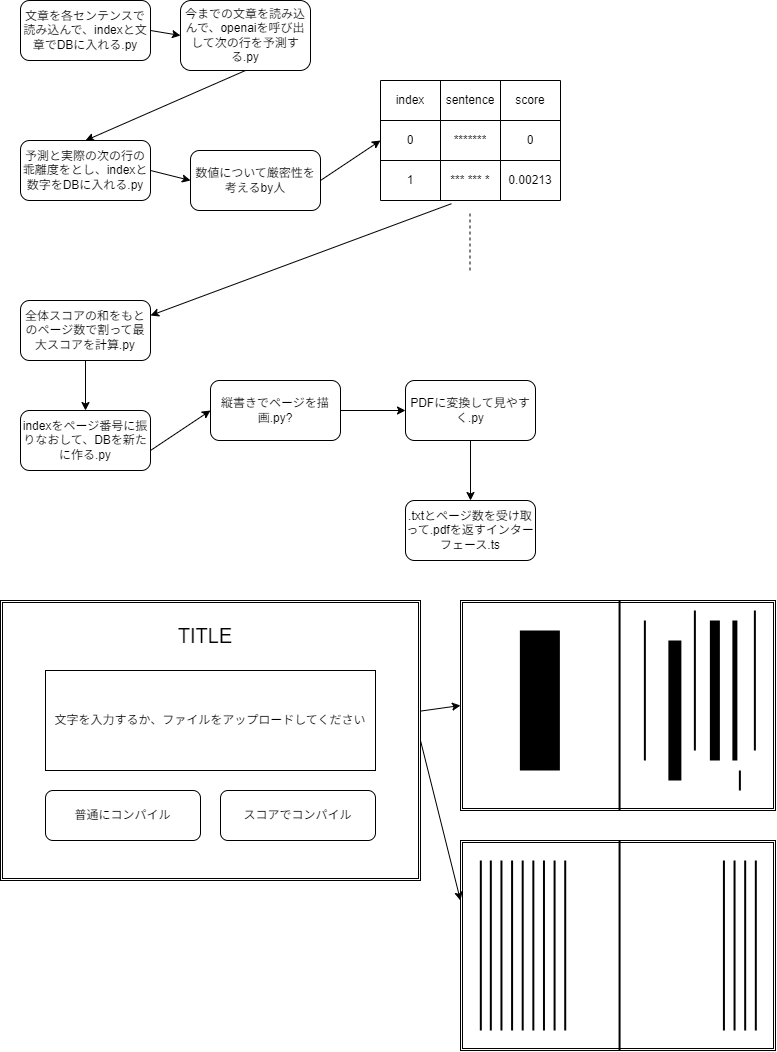
This is idea.drawio.png from kosho-jiang/cognitive-system, a draw.io export, as it was before one commit. Source tidied: cells renumbered, new cells last; positions are measured from the earlier drawing's top-left corner, leaving out a move shared by most shapes. Its diagram source:
```xml
<mxGraphModel>
  <root>
    <mxCell id="0" />
    <mxCell id="1" parent="0" />
    <mxCell id="2" style="edgeStyle=none;html=1;exitX=1;exitY=0.5;exitDx=0;exitDy=0;entryX=0;entryY=0.5;entryDx=0;entryDy=0;" parent="1" edge="1" source="3" target="4">
      <mxGeometry relative="1" as="geometry" />
    </mxCell>
    <mxCell id="3" value="文章を各センテンスで読み込んで、indexと文章でDBに入れる.py" style="rounded=1;whiteSpace=wrap;html=1;" parent="1" vertex="1">
      <mxGeometry x="20" width="130" height="60" as="geometry" />
    </mxCell>
    <mxCell id="4" value="今までの文章を読み込んで、openaiを呼び出して次の行を予測する.py" style="rounded=1;whiteSpace=wrap;html=1;" parent="1" vertex="1">
      <mxGeometry x="180" width="130" height="70" as="geometry" />
    </mxCell>
    <mxCell id="5" value="予測と実際の次の行の乖離度をとし、indexと数字をDBに入れる.py" style="rounded=1;whiteSpace=wrap;html=1;" parent="1" vertex="1">
      <mxGeometry x="20" y="140" width="130" height="60" as="geometry" />
    </mxCell>
    <mxCell id="6" style="shape=table;html=1;whiteSpace=wrap;startSize=0;" parent="1" vertex="1">
      <mxGeometry x="380" y="80" width="180" height="120" as="geometry" />
    </mxCell>
    <mxCell id="7" style="shape=tableRow;horizontal=0;startSize=0;swimlaneHead=0;swimlaneBody=0;top=0;left=0;bottom=0;right=0;fillColor=none;" parent="6" vertex="1">
      <mxGeometry width="180" height="40" as="geometry" />
    </mxCell>
    <mxCell id="8" value="index" style="shape=partialRectangle;html=1;whiteSpace=wrap;fillColor=none;top=0;left=0;bottom=0;right=0;overflow=hidden;" parent="7" vertex="1">
      <mxGeometry width="60" height="40" as="geometry" />
    </mxCell>
    <mxCell id="9" value="sentence" style="shape=partialRectangle;html=1;whiteSpace=wrap;fillColor=none;top=0;left=0;bottom=0;right=0;overflow=hidden;" parent="7" vertex="1">
      <mxGeometry x="60" width="60" height="40" as="geometry" />
    </mxCell>
    <mxCell id="10" value="score" style="shape=partialRectangle;html=1;whiteSpace=wrap;fillColor=none;top=0;left=0;bottom=0;right=0;overflow=hidden;" parent="7" vertex="1">
      <mxGeometry x="120" width="60" height="40" as="geometry" />
    </mxCell>
    <mxCell id="11" style="shape=tableRow;horizontal=0;startSize=0;swimlaneHead=0;swimlaneBody=0;top=0;left=0;bottom=0;right=0;fillColor=none;points=[[0,0.5],[1,0.5]];portConstraint=eastwest;" parent="6" vertex="1">
      <mxGeometry y="40" width="180" height="40" as="geometry" />
    </mxCell>
    <mxCell id="12" value="0" style="shape=partialRectangle;html=1;whiteSpace=wrap;fillColor=none;top=0;left=0;bottom=0;right=0;overflow=hidden;" parent="11" vertex="1">
      <mxGeometry width="60" height="40" as="geometry" />
    </mxCell>
    <mxCell id="13" value="*******" style="shape=partialRectangle;html=1;whiteSpace=wrap;fillColor=none;top=0;left=0;bottom=0;right=0;overflow=hidden;" parent="11" vertex="1">
      <mxGeometry x="60" width="60" height="40" as="geometry" />
    </mxCell>
    <mxCell id="14" value="0" style="shape=partialRectangle;html=1;whiteSpace=wrap;fillColor=none;top=0;left=0;bottom=0;right=0;overflow=hidden;" parent="11" vertex="1">
      <mxGeometry x="120" width="60" height="40" as="geometry" />
    </mxCell>
    <mxCell id="15" style="shape=tableRow;horizontal=0;startSize=0;swimlaneHead=0;swimlaneBody=0;top=0;left=0;bottom=0;right=0;fillColor=none;points=[[0,0.5],[1,0.5]];portConstraint=eastwest;" parent="6" vertex="1">
      <mxGeometry y="80" width="180" height="40" as="geometry" />
    </mxCell>
    <mxCell id="16" value="1" style="shape=partialRectangle;html=1;whiteSpace=wrap;fillColor=none;top=0;left=0;bottom=0;right=0;overflow=hidden;" parent="15" vertex="1">
      <mxGeometry width="60" height="40" as="geometry" />
    </mxCell>
    <mxCell id="17" value="*** *** *" style="shape=partialRectangle;html=1;whiteSpace=wrap;fillColor=none;top=0;left=0;bottom=0;right=0;overflow=hidden;" parent="15" vertex="1">
      <mxGeometry x="60" width="60" height="40" as="geometry" />
    </mxCell>
    <mxCell id="18" value="0.00213" style="shape=partialRectangle;html=1;whiteSpace=wrap;fillColor=none;top=0;left=0;bottom=0;right=0;overflow=hidden;" parent="15" vertex="1">
      <mxGeometry x="120" width="60" height="40" as="geometry" />
    </mxCell>
    <mxCell id="19" style="endArrow=none;dashed=1;html=1;" parent="1" edge="1">
      <mxGeometry relative="1" as="geometry">
        <mxPoint x="469.5" y="270" as="sourcePoint" />
        <mxPoint x="469.5" y="210" as="targetPoint" />
      </mxGeometry>
    </mxCell>
    <mxCell id="20" value="数値について厳密性を考えるby人" style="rounded=1;whiteSpace=wrap;html=1;" parent="1" vertex="1">
      <mxGeometry x="190" y="150" width="130" height="60" as="geometry" />
    </mxCell>
    <mxCell id="21" style="endArrow=classic;html=1;entryX=0;entryY=0.5;entryDx=0;entryDy=0;exitX=1;exitY=0.5;exitDx=0;exitDy=0;" parent="1" edge="1" source="20" target="11">
      <mxGeometry relative="1" as="geometry" />
    </mxCell>
    <mxCell id="22" style="endArrow=classic;html=1;entryX=0;entryY=0.5;entryDx=0;entryDy=0;exitX=1;exitY=0.5;exitDx=0;exitDy=0;" parent="1" edge="1" source="5" target="20">
      <mxGeometry relative="1" as="geometry" />
    </mxCell>
    <mxCell id="23" style="endArrow=classic;html=1;exitX=0.5;exitY=1;exitDx=0;exitDy=0;entryX=0.5;entryY=0;entryDx=0;entryDy=0;" parent="1" edge="1" source="4" target="5">
      <mxGeometry relative="1" as="geometry" />
    </mxCell>
    <mxCell id="24" value="全体スコアの和をもとのページ数で割って最大スコアを計算.py" style="rounded=1;whiteSpace=wrap;html=1;" parent="1" vertex="1">
      <mxGeometry x="20" y="300" width="130" height="60" as="geometry" />
    </mxCell>
    <mxCell id="25" style="endArrow=classic;html=1;exitX=0.394;exitY=1.08;exitDx=0;exitDy=0;exitPerimeter=0;entryX=1;entryY=0.25;entryDx=0;entryDy=0;" parent="1" edge="1" source="15" target="24">
      <mxGeometry relative="1" as="geometry" />
    </mxCell>
    <mxCell id="26" value="indexをページ番号に振りなおして、DBを新たに作る.py" style="rounded=1;whiteSpace=wrap;html=1;" parent="1" vertex="1">
      <mxGeometry x="20" y="410" width="130" height="60" as="geometry" />
    </mxCell>
    <mxCell id="27" style="endArrow=classic;html=1;exitX=0.5;exitY=1;exitDx=0;exitDy=0;entryX=0.5;entryY=0;entryDx=0;entryDy=0;" parent="1" edge="1" source="24" target="26">
      <mxGeometry relative="1" as="geometry" />
    </mxCell>
    <mxCell id="28" value="縦書きでページを描画.py?" style="rounded=1;whiteSpace=wrap;html=1;" parent="1" vertex="1">
      <mxGeometry x="210" y="380" width="130" height="60" as="geometry" />
    </mxCell>
    <mxCell id="29" style="endArrow=classic;html=1;entryX=0;entryY=0.5;entryDx=0;entryDy=0;" parent="1" edge="1" target="28">
      <mxGeometry relative="1" as="geometry">
        <mxPoint x="150" y="450" as="sourcePoint" />
      </mxGeometry>
    </mxCell>
    <mxCell id="30" value="PDFに変換して見やすく.py" style="rounded=1;whiteSpace=wrap;html=1;" parent="1" vertex="1">
      <mxGeometry x="405" y="380" width="130" height="60" as="geometry" />
    </mxCell>
    <mxCell id="31" style="endArrow=classic;html=1;exitX=1;exitY=0.5;exitDx=0;exitDy=0;entryX=0;entryY=0.5;entryDx=0;entryDy=0;" parent="1" edge="1" source="28" target="30">
      <mxGeometry relative="1" as="geometry" />
    </mxCell>
    <mxCell id="32" value=".txtとページ数を受け取って.pdfを返すインターフェース.ts" style="rounded=1;whiteSpace=wrap;html=1;" parent="1" vertex="1">
      <mxGeometry x="405" y="500" width="130" height="60" as="geometry" />
    </mxCell>
    <mxCell id="33" style="endArrow=classic;html=1;exitX=0.5;exitY=1;exitDx=0;exitDy=0;entryX=0.5;entryY=0;entryDx=0;entryDy=0;" parent="1" edge="1" source="30" target="32">
      <mxGeometry relative="1" as="geometry" />
    </mxCell>
    <mxCell id="34" style="shape=ext;double=1;rounded=0;whiteSpace=wrap;html=1;" parent="1" vertex="1">
      <mxGeometry y="600" width="420" height="280" as="geometry" />
    </mxCell>
    <mxCell id="35" value="文字を入力するか、ファイルをアップロードしてください" style="rounded=0;whiteSpace=wrap;html=1;" parent="1" vertex="1">
      <mxGeometry x="45" y="670" width="330" height="100" as="geometry" />
    </mxCell>
    <mxCell id="36" value="普通にコンパイル" style="rounded=1;whiteSpace=wrap;html=1;" parent="1" vertex="1">
      <mxGeometry x="45" y="790" width="155" height="50" as="geometry" />
    </mxCell>
    <mxCell id="37" value="スコアでコンパイル" style="rounded=1;whiteSpace=wrap;html=1;" parent="1" vertex="1">
      <mxGeometry x="220" y="790" width="155" height="50" as="geometry" />
    </mxCell>
    <mxCell id="38" style="shape=ext;double=1;rounded=0;whiteSpace=wrap;html=1;" parent="1" vertex="1">
      <mxGeometry x="460" y="600" width="315" height="210" as="geometry" />
    </mxCell>
    <mxCell id="39" style="line;strokeWidth=2;direction=south;html=1;fontSize=12;" parent="1" vertex="1">
      <mxGeometry x="612.5" y="600" width="13.1" height="210" as="geometry" />
    </mxCell>
    <mxCell id="40" style="line;strokeWidth=2;direction=south;html=1;fontSize=12;" parent="1" vertex="1">
      <mxGeometry x="750" y="610" width="8.8" height="140" as="geometry" />
    </mxCell>
    <mxCell id="41" style="line;strokeWidth=5;direction=south;html=1;fontSize=12;" parent="1" vertex="1">
      <mxGeometry x="730" y="620" width="8.8" height="140" as="geometry" />
    </mxCell>
    <mxCell id="42" style="line;strokeWidth=10;direction=south;html=1;fontSize=12;" parent="1" vertex="1">
      <mxGeometry x="710" y="620" width="8.8" height="140" as="geometry" />
    </mxCell>
    <mxCell id="43" style="line;strokeWidth=2;direction=south;html=1;fontSize=12;" parent="1" vertex="1">
      <mxGeometry x="738.8" y="770" width="1.2" height="20" as="geometry" />
    </mxCell>
    <mxCell id="44" style="line;strokeWidth=2;direction=south;html=1;fontSize=12;" parent="1" vertex="1">
      <mxGeometry x="690" y="610" width="8.8" height="140" as="geometry" />
    </mxCell>
    <mxCell id="45" style="line;strokeWidth=13;direction=south;html=1;fontSize=12;" parent="1" vertex="1">
      <mxGeometry x="670" y="640" width="8.8" height="140" as="geometry" />
    </mxCell>
    <mxCell id="46" style="line;strokeWidth=2;direction=south;html=1;fontSize=12;" parent="1" vertex="1">
      <mxGeometry x="640" y="620" width="8.8" height="140" as="geometry" />
    </mxCell>
    <mxCell id="47" style="line;strokeWidth=40;direction=south;html=1;fontSize=12;" parent="1" vertex="1">
      <mxGeometry x="535" y="630" width="8.8" height="140" as="geometry" />
    </mxCell>
    <mxCell id="48" style="endArrow=classic;html=1;fontSize=12;entryX=0;entryY=0.5;entryDx=0;entryDy=0;" parent="1" edge="1" source="34" target="38">
      <mxGeometry relative="1" as="geometry" />
    </mxCell>
    <mxCell id="49" style="shape=ext;double=1;rounded=0;whiteSpace=wrap;html=1;" parent="1" vertex="1">
      <mxGeometry x="460" y="840" width="315" height="210" as="geometry" />
    </mxCell>
    <mxCell id="50" style="line;strokeWidth=2;direction=south;html=1;fontSize=12;" parent="1" vertex="1">
      <mxGeometry x="612.5" y="840" width="13.1" height="210" as="geometry" />
    </mxCell>
    <mxCell id="51" style="line;strokeWidth=2;direction=south;html=1;fontSize=12;" parent="1" vertex="1">
      <mxGeometry x="750" y="860" width="10.6" height="170" as="geometry" />
    </mxCell>
    <mxCell id="52" style="line;strokeWidth=2;direction=south;html=1;fontSize=12;" parent="1" vertex="1">
      <mxGeometry x="475" y="860" width="10.6" height="170" as="geometry" />
    </mxCell>
    <mxCell id="53" style="line;strokeWidth=2;direction=south;html=1;fontSize=12;" parent="1" vertex="1">
      <mxGeometry x="485" y="860" width="10.6" height="170" as="geometry" />
    </mxCell>
    <mxCell id="54" style="line;strokeWidth=2;direction=south;html=1;fontSize=12;" parent="1" vertex="1">
      <mxGeometry x="495.6" y="860" width="10.6" height="170" as="geometry" />
    </mxCell>
    <mxCell id="55" style="line;strokeWidth=2;direction=south;html=1;fontSize=12;" parent="1" vertex="1">
      <mxGeometry x="506.3" y="860" width="10.6" height="170" as="geometry" />
    </mxCell>
    <mxCell id="56" style="line;strokeWidth=2;direction=south;html=1;fontSize=12;" parent="1" vertex="1">
      <mxGeometry x="516.9" y="860" width="10.6" height="170" as="geometry" />
    </mxCell>
    <mxCell id="57" style="line;strokeWidth=2;direction=south;html=1;fontSize=12;" parent="1" vertex="1">
      <mxGeometry x="527.5" y="860" width="10.6" height="170" as="geometry" />
    </mxCell>
    <mxCell id="58" style="line;strokeWidth=2;direction=south;html=1;fontSize=12;" parent="1" vertex="1">
      <mxGeometry x="538.1" y="860" width="10.6" height="170" as="geometry" />
    </mxCell>
    <mxCell id="59" style="line;strokeWidth=2;direction=south;html=1;fontSize=12;" parent="1" vertex="1">
      <mxGeometry x="548.8" y="860" width="10.6" height="170" as="geometry" />
    </mxCell>
    <mxCell id="60" style="line;strokeWidth=2;direction=south;html=1;fontSize=12;" parent="1" vertex="1">
      <mxGeometry x="559.4" y="860" width="10.6" height="170" as="geometry" />
    </mxCell>
    <mxCell id="61" style="line;strokeWidth=2;direction=south;html=1;fontSize=12;" parent="1" vertex="1">
      <mxGeometry x="718.1" y="860" width="10.6" height="170" as="geometry" />
    </mxCell>
    <mxCell id="62" style="line;strokeWidth=2;direction=south;html=1;fontSize=12;" parent="1" vertex="1">
      <mxGeometry x="728.7" y="860" width="10.6" height="170" as="geometry" />
    </mxCell>
    <mxCell id="63" style="line;strokeWidth=2;direction=south;html=1;fontSize=12;" parent="1" vertex="1">
      <mxGeometry x="739.4" y="860" width="10.6" height="170" as="geometry" />
    </mxCell>
    <mxCell id="64" value="&lt;font style=&quot;font-size: 20px;&quot;&gt;TITLE&lt;/font&gt;" style="text;html=1;align=center;verticalAlign=middle;whiteSpace=wrap;rounded=0;strokeWidth=40;fontSize=12;" parent="1" vertex="1">
      <mxGeometry x="120" y="620" width="170" height="30" as="geometry" />
    </mxCell>
    <mxCell id="65" style="endArrow=classic;html=1;fontSize=20;exitX=1;exitY=0.5;exitDx=0;exitDy=0;" parent="1" edge="1" source="34">
      <mxGeometry relative="1" as="geometry">
        <mxPoint x="460" y="900" as="targetPoint" />
      </mxGeometry>
    </mxCell>
  </root>
</mxGraphModel>
```
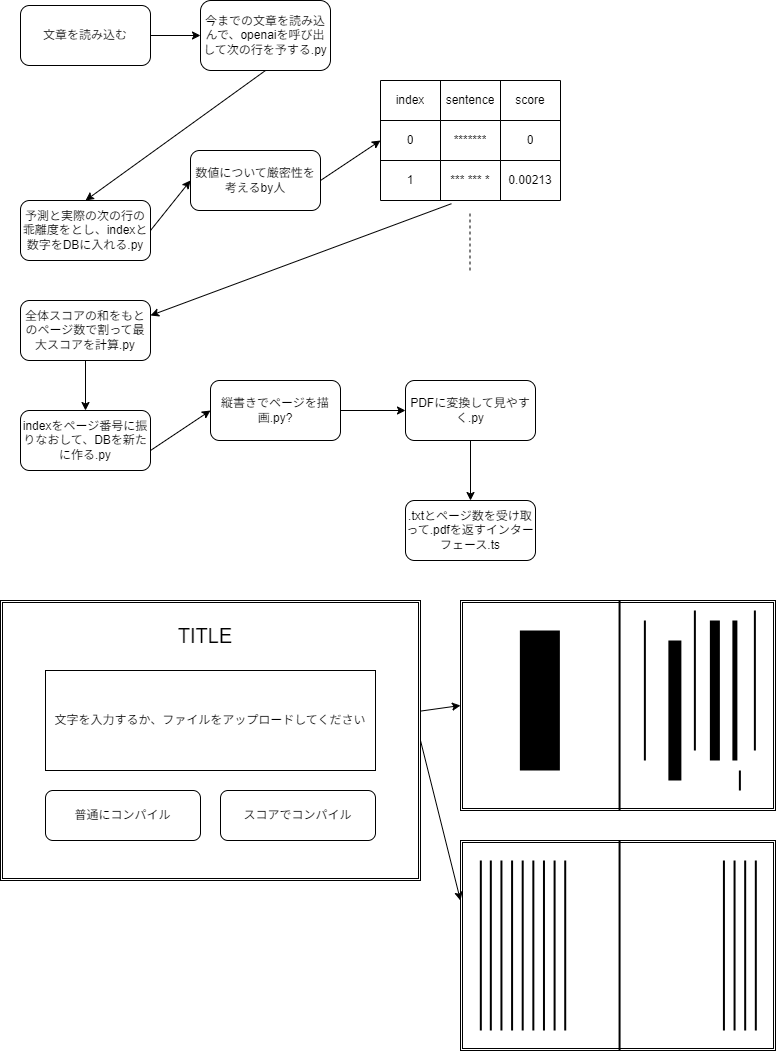
The same diagram one commit later.

The edit, as a diff of the source:
```diff
@@ -5,14 +5,14 @@
     <mxCell id="2" style="edgeStyle=none;html=1;exitX=1;exitY=0.5;exitDx=0;exitDy=0;entryX=0;entryY=0.5;entryDx=0;entryDy=0;" parent="1" edge="1" source="3" target="4">
       <mxGeometry relative="1" as="geometry" />
     </mxCell>
-    <mxCell id="3" value="文章を各センテンスで読み込んで、indexと文章でDBに入れる.py" style="rounded=1;whiteSpace=wrap;html=1;" parent="1" vertex="1">
-      <mxGeometry x="20" width="130" height="60" as="geometry" />
+    <mxCell id="3" value="文章を読み込む&lt;br&gt;" style="rounded=1;whiteSpace=wrap;html=1;" parent="1" vertex="1">
+      <mxGeometry x="20" y="5" width="130" height="60" as="geometry" />
     </mxCell>
-    <mxCell id="4" value="今までの文章を読み込んで、openaiを呼び出して次の行を予測する.py" style="rounded=1;whiteSpace=wrap;html=1;" parent="1" vertex="1">
-      <mxGeometry x="180" width="130" height="70" as="geometry" />
+    <mxCell id="4" value="今までの文章を読み込んで、openaiを呼び出して次の行を予する.py" style="rounded=1;whiteSpace=wrap;html=1;" parent="1" vertex="1">
+      <mxGeometry x="200" width="130" height="70" as="geometry" />
     </mxCell>
     <mxCell id="5" value="予測と実際の次の行の乖離度をとし、indexと数字をDBに入れる.py" style="rounded=1;whiteSpace=wrap;html=1;" parent="1" vertex="1">
-      <mxGeometry x="20" y="140" width="130" height="60" as="geometry" />
+      <mxGeometry x="20" y="200" width="130" height="60" as="geometry" />
     </mxCell>
     <mxCell id="6" style="shape=table;html=1;whiteSpace=wrap;startSize=0;" parent="1" vertex="1">
       <mxGeometry x="380" y="80" width="180" height="120" as="geometry" />
```
